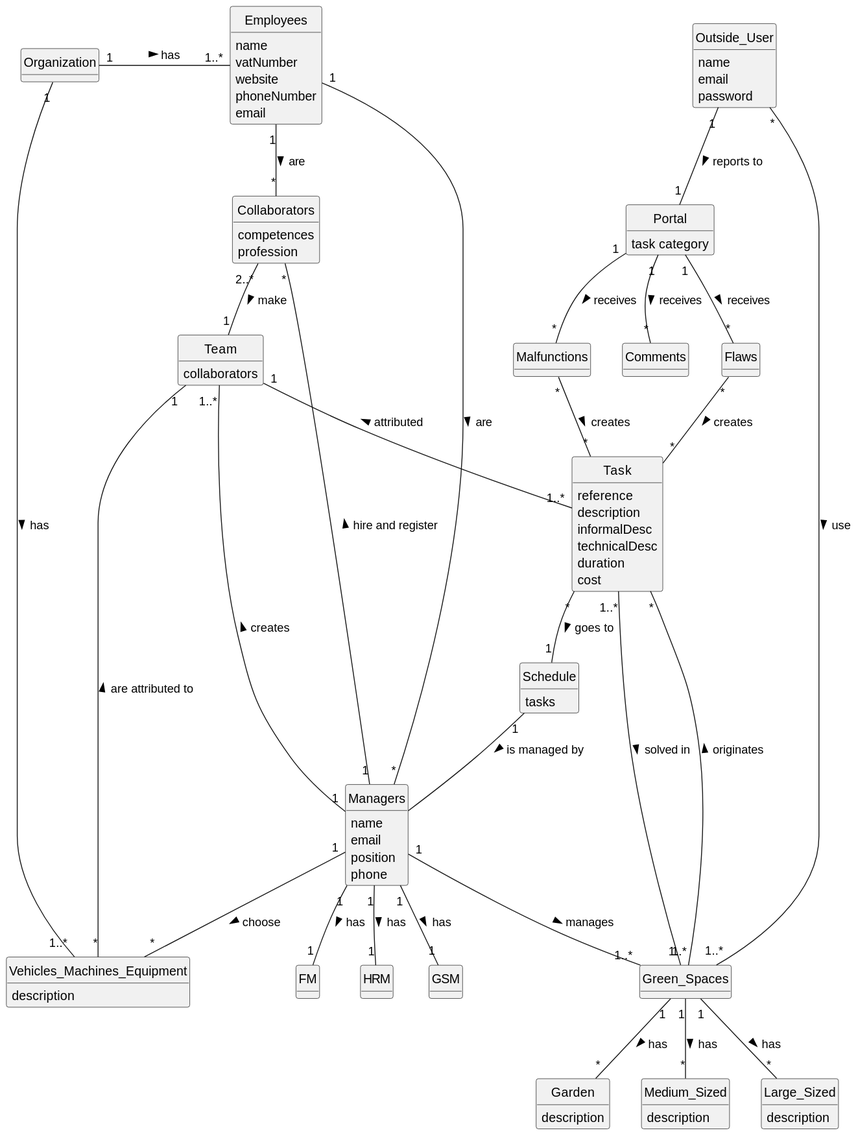
Departamento-de-Engenharia-Informatica/lei-24-s2-1df-1de-g063 keeps this PlantUML diagram as docs/sprintA/global-artifacts/02.analysis/svg/project-domain-model.svg. Above is the earlier version. Its diagram source:
```plantuml
@startuml
skinparam monochrome true
skinparam packageStyle rectangle
skinparam shadowing false
skinparam classAttributeIconSize 0
hide circle
hide methods
class Outside_User{
    name
    email
    password
}
class Portal{
    task category
}
class Malfunctions{}
class Flaws{}
class Comments{}
class Schedule{
    tasks
}
class Garden{
    description
}
class Medium_Sized{
    description
}
class Large_Sized{
    description
}
class Vehicles_Machines_Equipment{
    description
}
class FM{
}
class HRM{
}
class GSM{
}
class Green_Spaces{

}
class Team{
    collaborators
}

class Collaborators{
    competences
    profession
}
class Employees {
    name
    vatNumber
    website
    phoneNumber
    email
}

class Task {
    reference
    description
    informalDesc
    technicalDesc
    duration
    cost
}
class Managers {
    name
    email
    position
    phone
}
class Organization{

}

Organization "1" - "1..*" Employees : has >
Organization "1"- "1..*"Vehicles_Machines_Equipment: has >
Employees "1" -- "*" Collaborators: are >
Employees "1" -- "*" Managers : are >
Managers "1" -- "1"GSM: has >
Managers "1" -- "1"HRM: has >
Managers "1" -- "1"FM: has >
Managers "1" -- "1..*"Team: creates >
Managers "1"-- "1..*"Green_Spaces: manages >
Managers "1"-- "*"Collaborators: hire and register >
Managers "1"-- "*"Vehicles_Machines_Equipment: choose >
Vehicles_Machines_Equipment "*" -- "1"Team: are attributed to >
Schedule "1" -- Managers: is managed by >
Green_Spaces"1" -- "*" Garden: has >
Green_Spaces "1" -- "*" Medium_Sized: has >
Green_Spaces "1" -- "*" Large_Sized: has >
Green_Spaces "1..*" -- "*" Task: originates >
Collaborators "2..*"-- "1"Team : make >
Team"1" -- "1..*"Task : attributed <
Task "1..*"-- "1" Green_Spaces: solved in >
Task "*" -- "1"Schedule : goes to >
Portal "1" -- "*"Malfunctions: receives >
Portal "1" -- "*"Flaws: receives >
Portal "1" -- "*"Comments: receives >
Outside_User "1" -- "1" Portal : reports to >
Outside_User "*" -- "1..*"Green_Spaces: use >
Malfunctions "*"-- "*"Task: creates >
Flaws "*" -- "*" Task : creates >
@enduml
```
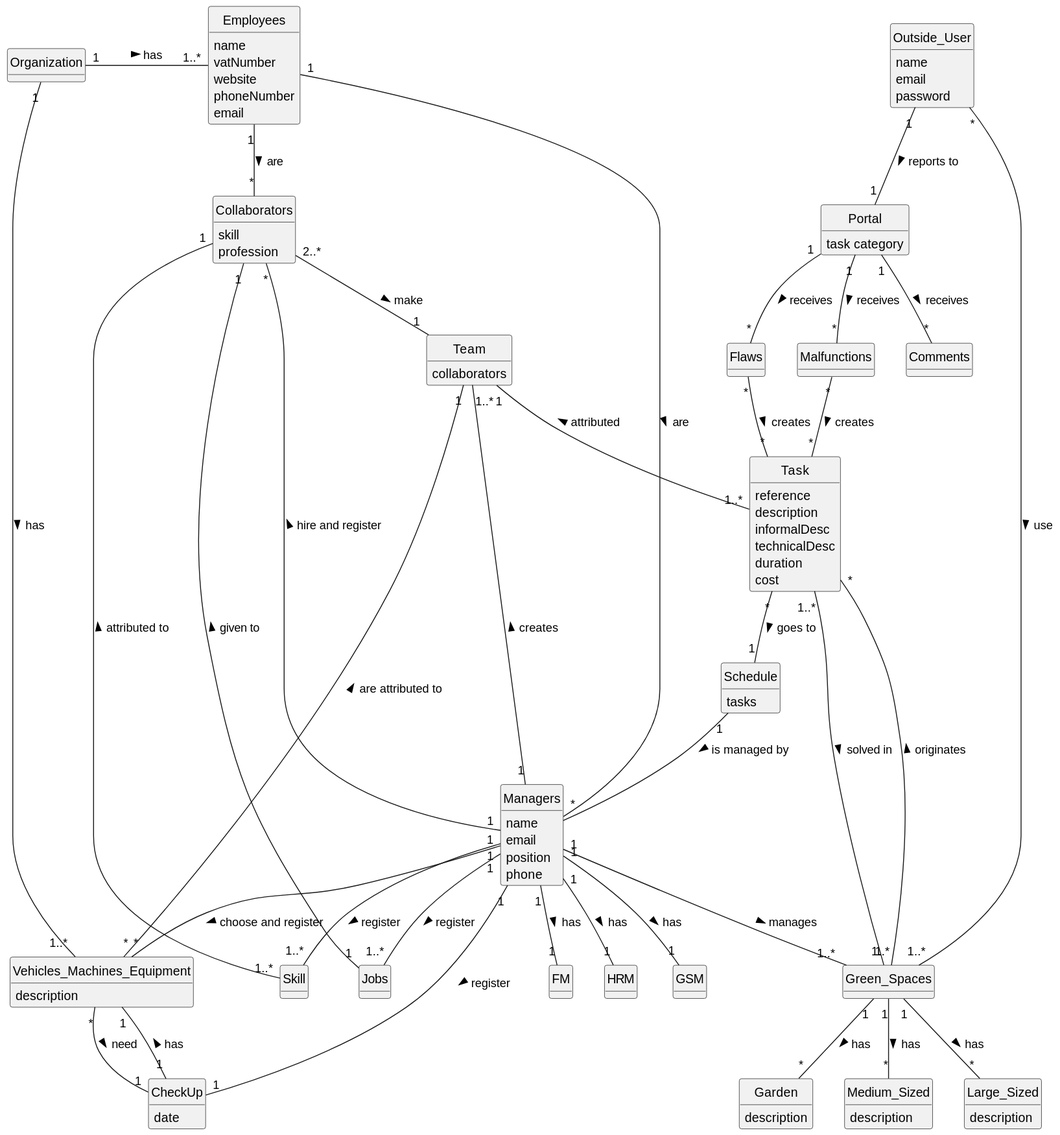
Above is the later version.

Commit message:
Updated US007/US008 and Domain Model

The edit, as a diff of the source:
```diff
@@ -31,12 +31,9 @@
 class Vehicles_Machines_Equipment{
     description
 }
-class FM{
-}
-class HRM{
-}
-class GSM{
-}
+class FM{}
+class HRM{}
+class GSM{}
 class Green_Spaces{
 
 }
@@ -45,7 +42,7 @@
 }
 
 class Collaborators{
-    competences
+    skill
     profession
 }
 class Employees {
@@ -70,9 +67,12 @@
     position
     phone
 }
-class Organization{
-
+class Organization{}
+class CheckUp{
+    date
 }
+class Skill{}
+class Jobs{}
 
 Organization "1" - "1..*" Employees : has >
 Organization "1"- "1..*"Vehicles_Machines_Equipment: has >
@@ -84,8 +84,13 @@
 Managers "1" -- "1..*"Team: creates >
 Managers "1"-- "1..*"Green_Spaces: manages >
 Managers "1"-- "*"Collaborators: hire and register >
-Managers "1"-- "*"Vehicles_Machines_Equipment: choose >
+Managers "1"-- "*"Vehicles_Machines_Equipment: choose and register >
+Managers "1" -- "1..*" Skill: register >
+Managers "1" -- "1..*" Jobs: register >
+Skill "1..*" -- "1"Collaborators: attributed to >
+Jobs "1" -- "1"Collaborators: given to >
 Vehicles_Machines_Equipment "*" -- "1"Team: are attributed to >
+Vehicles_Machines_Equipment "*" -- "1" CheckUp: need >
 Schedule "1" -- Managers: is managed by >
 Green_Spaces"1" -- "*" Garden: has >
 Green_Spaces "1" -- "*" Medium_Sized: has >
@@ -102,4 +107,6 @@
 Outside_User "*" -- "1..*"Green_Spaces: use >
 Malfunctions "*"-- "*"Task: creates >
 Flaws "*" -- "*" Task : creates >
+Managers "1" -- "1" CheckUp: register >
+CheckUp "1" -- "1" Vehicles_Machines_Equipment: has >
 @enduml
```
